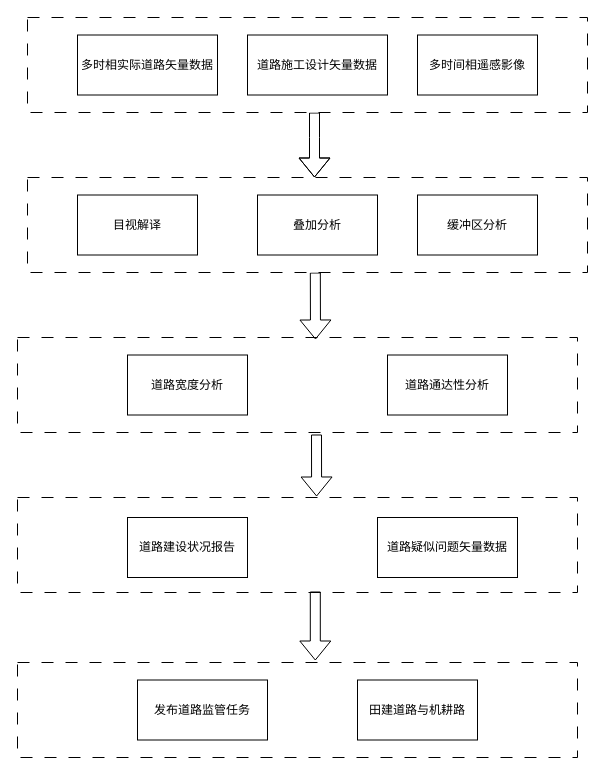
AhXianGL/draw.io keeps this draw.io diagram as 未命名绘图.drawio. Above is the earlier version. Source tidied: cells renumbered, new cells numbered last; positions are measured from the earlier drawing's top-left corner, leaving out a move shared by most shapes. Both pictures are drawn from the tidied source at 100%, with x=0, y=0 at pixel (17, 17).
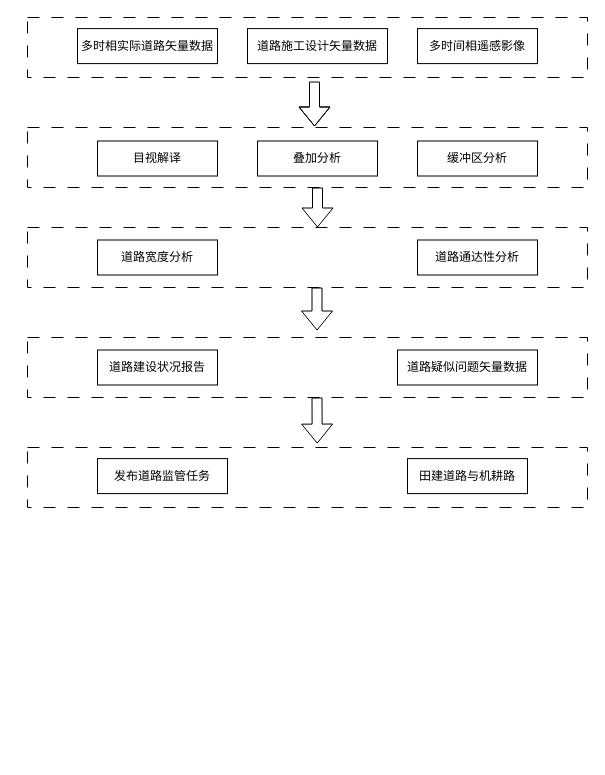
The same diagram, later.

Commit message:
更新未命名绘图.drawio

Diff of the diagram source:
```diff
@@
     <mxCell id="2" style="rounded=0;whiteSpace=wrap;html=1;dashed=1;dashPattern=12 12;" parent="1" vertex="1">
-      <mxGeometry y="320" width="560" height="95" as="geometry" />
+      <mxGeometry x="10" y="210" width="560" height="60" as="geometry" />
     </mxCell>
     <mxCell id="3" value="道路宽度分析" style="rounded=0;whiteSpace=wrap;html=1;" parent="1" vertex="1">
-      <mxGeometry x="110" y="337.5" width="120" height="60" as="geometry" />
+      <mxGeometry x="80" y="222.5" width="120" height="35" as="geometry" />
     </mxCell>
     <mxCell id="4" value="道路通达性分析" style="rounded=0;whiteSpace=wrap;html=1;" parent="1" vertex="1">
-      <mxGeometry x="370" y="337.5" width="120" height="60" as="geometry" />
+      <mxGeometry x="400" y="222.5" width="120" height="35" as="geometry" />
     </mxCell>
-    <mxCell id="5" style="shape=flexArrow;endArrow=classic;html=1;rounded=0;entryX=0.5;entryY=0;entryDx=0;entryDy=0;" parent="1" edge="1">
+    <mxCell id="5" style="shape=flexArrow;endArrow=classic;html=1;rounded=0;" parent="1" edge="1">
       <mxGeometry relative="1" as="geometry">
-        <mxPoint x="297" y="95" as="sourcePoint" />
-        <mxPoint x="297" y="160" as="targetPoint" />
+        <mxPoint x="297" y="64" as="sourcePoint" />
+        <mxPoint x="297" y="109" as="targetPoint" />
         <Array as="points">
-          <mxPoint x="297" y="120" />
+          <mxPoint x="297" y="89" />
         </Array>
       </mxGeometry>
     </mxCell>
-    <mxCell id="6" style="shape=flexArrow;endArrow=classic;html=1;rounded=0;entryX=0.516;entryY=0.021;entryDx=0;entryDy=0;entryPerimeter=0;exitX=0.514;exitY=1;exitDx=0;exitDy=0;exitPerimeter=0;" parent="1" edge="1" source="22">
-      <mxGeometry relative="1" as="geometry">
-        <mxPoint x="298" y="322" as="targetPoint" />
-      </mxGeometry>
-    </mxCell>
-    <mxCell id="7" style="shape=flexArrow;endArrow=classic;html=1;rounded=0;entryX=0.518;entryY=0.021;entryDx=0;entryDy=0;entryPerimeter=0;" parent="1" edge="1">
+    <mxCell id="7" style="shape=flexArrow;endArrow=classic;html=1;rounded=0;" parent="1" edge="1">
       <mxGeometry relative="1" as="geometry">
-        <mxPoint x="299" y="417" as="sourcePoint" />
-        <mxPoint x="299.1" y="479" as="targetPoint" />
+        <mxPoint x="299.5" y="270" as="sourcePoint" />
+        <mxPoint x="299.5" y="313" as="targetPoint" />
       </mxGeometry>
     </mxCell>
     <mxCell id="8" style="group;" parent="1" vertex="1">
-      <mxGeometry y="480" width="560" height="95" as="geometry" />
+      <mxGeometry x="10" y="320" width="560" height="60" as="geometry" />
     </mxCell>
     <mxCell id="9" style="rounded=0;whiteSpace=wrap;html=1;dashed=1;dashPattern=12 12;" parent="8" vertex="1">
-      <mxGeometry width="560" height="95" as="geometry" />
+      <mxGeometry width="560" height="60" as="geometry" />
     </mxCell>
     <mxCell id="10" value="道路建设状况报告" style="rounded=0;whiteSpace=wrap;html=1;" parent="8" vertex="1">
-      <mxGeometry x="110" y="20" width="120" height="60" as="geometry" />
+      <mxGeometry x="70" y="12.5" width="120" height="35" as="geometry" />
     </mxCell>
     <mxCell id="11" value="道路疑似问题矢量数据" style="rounded=0;whiteSpace=wrap;html=1;" parent="8" vertex="1">
-      <mxGeometry x="360" y="20" width="140" height="60" as="geometry" />
+      <mxGeometry x="370" y="12.5" width="140" height="35" as="geometry" />
     </mxCell>
     <mxCell id="12" style="group;" parent="1" vertex="1">
-      <mxGeometry y="645" width="560" height="95" as="geometry" />
+      <mxGeometry x="10" y="430" width="560" height="60" as="geometry" />
     </mxCell>
     <mxCell id="13" style="rounded=0;whiteSpace=wrap;html=1;dashed=1;dashPattern=12 12;" parent="12" vertex="1">
-      <mxGeometry width="560" height="95" as="geometry" />
+      <mxGeometry width="560" height="60" as="geometry" />
     </mxCell>
     <mxCell id="14" value="发布道路监管任务" style="rounded=0;whiteSpace=wrap;html=1;" parent="12" vertex="1">
-      <mxGeometry x="120" y="17.5" width="130" height="60" as="geometry" />
+      <mxGeometry x="70" y="11.1" width="130" height="35" as="geometry" />
     </mxCell>
     <mxCell id="15" value="田建道路与机耕路" style="rounded=0;whiteSpace=wrap;html=1;" parent="12" vertex="1">
-      <mxGeometry x="340" y="17.5" width="120" height="60" as="geometry" />
+      <mxGeometry x="380" y="11.1" width="120" height="35" as="geometry" />
     </mxCell>
     <mxCell id="16" style="group;" parent="1" vertex="1">
-      <mxGeometry x="10" width="560" height="95" as="geometry" />
+      <mxGeometry x="10" width="560" height="60" as="geometry" />
     </mxCell>
     <mxCell id="17" style="rounded=0;whiteSpace=wrap;html=1;dashed=1;dashPattern=12 12;" parent="16" vertex="1">
-      <mxGeometry width="560" height="95" as="geometry" />
+      <mxGeometry width="560" height="60" as="geometry" />
     </mxCell>
     <mxCell id="18" value="多时间相遥感影像" style="rounded=0;whiteSpace=wrap;html=1;" parent="16" vertex="1">
-      <mxGeometry x="390" y="17.5" width="120" height="60" as="geometry" />
+      <mxGeometry x="390" y="11.1" width="120" height="35" as="geometry" />
     </mxCell>
     <mxCell id="19" value="道路施工设计矢量数据" style="rounded=0;whiteSpace=wrap;html=1;" parent="16" vertex="1">
-      <mxGeometry x="220" y="17.5" width="140" height="60" as="geometry" />
+      <mxGeometry x="220" y="11.1" width="140" height="35" as="geometry" />
     </mxCell>
     <mxCell id="20" value="多时相实际道路矢量数据" style="rounded=0;whiteSpace=wrap;html=1;" parent="16" vertex="1">
-      <mxGeometry x="50" y="17.5" width="140" height="60" as="geometry" />
+      <mxGeometry x="50" y="11.1" width="140" height="35" as="geometry" />
     </mxCell>
-    <mxCell id="21" style="group;" parent="1" vertex="1">
-      <mxGeometry x="10" y="160" width="560" height="95" as="geometry" />
-    </mxCell>
+    <mxCell id="26" style="shape=flexArrow;endArrow=classic;html=1;rounded=0;exitX=0.514;exitY=0.989;exitDx=0;exitDy=0;exitPerimeter=0;" parent="1" edge="1">
+      <mxGeometry relative="1" as="geometry">
+        <mxPoint x="299.5" y="380" as="sourcePoint" />
+        <mxPoint x="299.7" y="426.1" as="targetPoint" />
+      </mxGeometry>
+    </mxCell>
-    <mxCell id="22" style="rounded=0;whiteSpace=wrap;html=1;dashed=1;dashPattern=12 12;" parent="21" vertex="1">
-      <mxGeometry width="560" height="95" as="geometry" />
+    <mxCell id="22" style="rounded=0;whiteSpace=wrap;html=1;dashed=1;dashPattern=12 12;" parent="1" vertex="1">
+      <mxGeometry x="10" y="110" width="560" height="60" as="geometry" />
     </mxCell>
-    <mxCell id="23" value="目视解译" style="rounded=0;whiteSpace=wrap;html=1;" parent="21" vertex="1">
-      <mxGeometry x="50" y="17.5" width="120" height="60" as="geometry" />
+    <mxCell id="23" value="目视解译" style="rounded=0;whiteSpace=wrap;html=1;" parent="1" vertex="1">
+      <mxGeometry x="80" y="123.5" width="120" height="35" as="geometry" />
     </mxCell>
-    <mxCell id="24" value="叠加分析" style="rounded=0;whiteSpace=wrap;html=1;" parent="21" vertex="1">
-      <mxGeometry x="230" y="17.5" width="120" height="60" as="geometry" />
+    <mxCell id="24" value="叠加分析" style="rounded=0;whiteSpace=wrap;html=1;" parent="1" vertex="1">
+      <mxGeometry x="240" y="123.5" width="120" height="35" as="geometry" />
     </mxCell>
-    <mxCell id="25" value="缓冲区分析" style="rounded=0;whiteSpace=wrap;html=1;" parent="21" vertex="1">
-      <mxGeometry x="390" y="17.5" width="120" height="60" as="geometry" />
+    <mxCell id="25" value="缓冲区分析" style="rounded=0;whiteSpace=wrap;html=1;" parent="1" vertex="1">
+      <mxGeometry x="400" y="123.5" width="120" height="35" as="geometry" />
     </mxCell>
-    <mxCell id="26" style="shape=flexArrow;endArrow=classic;html=1;rounded=0;exitX=0.514;exitY=0.989;exitDx=0;exitDy=0;exitPerimeter=0;entryX=0.514;entryY=-0.021;entryDx=0;entryDy=0;entryPerimeter=0;" parent="1" edge="1">
-      <mxGeometry relative="1" as="geometry">
-        <mxPoint x="297.8" y="574" as="sourcePoint" />
-        <mxPoint x="297.8" y="643" as="targetPoint" />
-      </mxGeometry>
-    </mxCell>
+    <mxCell id="27" style="shape=flexArrow;endArrow=classic;html=1;rounded=0;exitX=0.514;exitY=1;exitDx=0;exitDy=0;exitPerimeter=0;" parent="1" edge="1">
+      <mxGeometry relative="1" as="geometry">
+        <mxPoint x="300" y="170" as="sourcePoint" />
+        <mxPoint x="300" y="210" as="targetPoint" />
+      </mxGeometry>
+    </mxCell>
```
